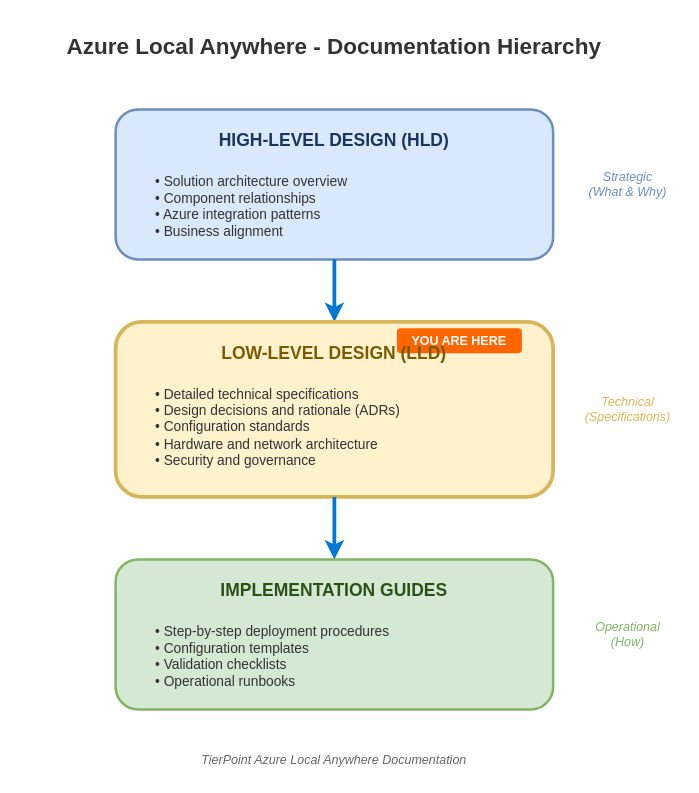
The draw.io diagram docs/assets/diagrams/lld/lld-document-hierarchy.drawio in AzureLocal/azurelocal.github.io, before the edit. Source tidied: cells renumbered, new cells numbered last; positions are measured from the earlier drawing's top-left corner, leaving out a move shared by most shapes. Both pictures are drawn from the tidied source at 125%, with x=0, y=0 at pixel (21, 21).
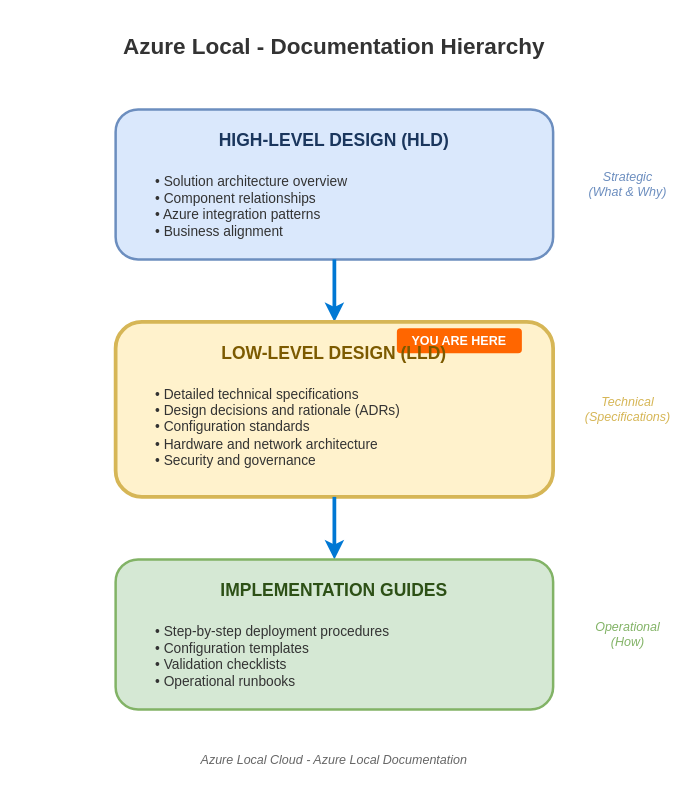
The same diagram, later.

The edit, as a diff of the source:
```diff
@@
-    <mxCell id="2" value="Azure Local Anywhere - Documentation Hierarchy" style="text;html=1;strokeColor=none;fillColor=none;align=center;verticalAlign=middle;whiteSpace=wrap;rounded=0;fontSize=18;fontStyle=1;fontColor=#333333;" parent="1" vertex="1">
+    <mxCell id="2" value="Azure Local - Documentation Hierarchy" style="text;html=1;strokeColor=none;fillColor=none;align=center;verticalAlign=middle;whiteSpace=wrap;rounded=0;fontSize=18;fontStyle=1;fontColor=#333333;" parent="1" vertex="1">
       <mxGeometry width="500" height="40" as="geometry" />
     </mxCell>
@@
-    <mxCell id="18" value="TierPoint Azure Local Anywhere Documentation" style="text;html=1;strokeColor=none;fillColor=none;align=center;verticalAlign=middle;whiteSpace=wrap;rounded=0;fontSize=10;fontStyle=2;fontColor=#666666;" parent="1" vertex="1">
+    <mxCell id="18" value="Azure Local Cloud - Azure Local Documentation" style="text;html=1;strokeColor=none;fillColor=none;align=center;verticalAlign=middle;whiteSpace=wrap;rounded=0;fontSize=10;fontStyle=2;fontColor=#666666;" parent="1" vertex="1">
       <mxGeometry x="100" y="580" width="300" height="20" as="geometry" />
     </mxCell>
```
